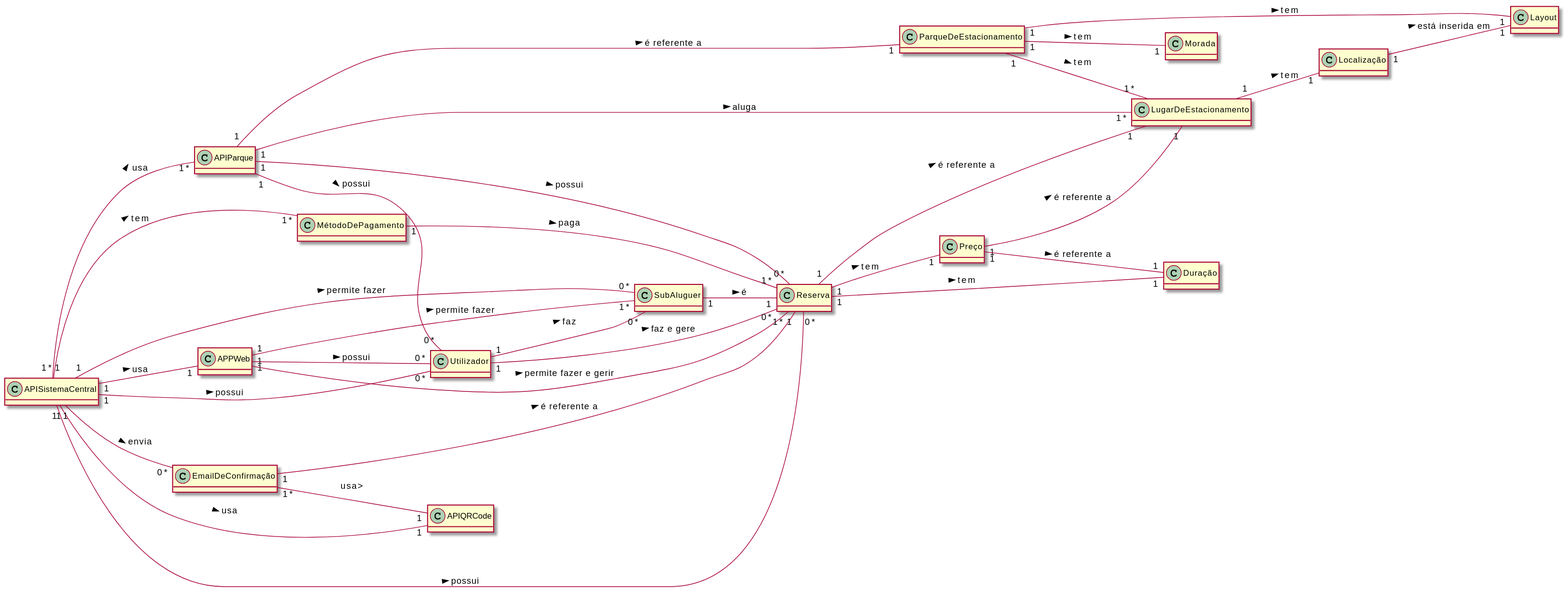
The PlantUML diagram Documentos/Sprint2/Analise OO/MD.svg in UPskillDOTNET/Jakim-das-Coives-S.A., before a commit. The source it was exported from:
```plantuml
@startuml
skinparam classAttributeIconSize 0
hide methods
left to right direction

class APISistemaCentral {}

class APIParque {}

class APISistemaCentral {}

class APPWeb {}

class Utilizador {}

class Reserva {}

class EmailDeConfirmação {}

class Preço {}

class ParqueDeEstacionamento {}

class LugarDeEstacionamento {}

class Localização {}

class SubAluguer {}

class MétodoDePagamento {}

class APIQRCode {}

class Preço {}

class Duração {}

class Morada {}

class Layout {}


APISistemaCentral "1*" -- "1*" APIParque : usa >
APISistemaCentral "1" -- "1" APPWeb : usa >
APISistemaCentral "1" -- "0*" Reserva : possui >
APISistemaCentral "1" -- "0*" Utilizador : possui >
APISistemaCentral "1" -- "1*" MétodoDePagamento : tem >
APISistemaCentral "1" -- "1" APIQRCode : usa >
APISistemaCentral "1" -- "0*" EmailDeConfirmação : envia >
APISistemaCentral "1" -- "0*" SubAluguer : permite fazer >

APIParque "1" -- "0*" Utilizador : possui >
APIParque "1" -- "1" ParqueDeEstacionamento : é referente a >
APIParque "1" -- "0*" Reserva : possui >
APIParque "1" -- "1*" LugarDeEstacionamento : aluga >

APPWeb "1" -- "0*" Utilizador : possui >
APPWeb "1" -- "1*" Reserva : permite fazer e gerir >
APPWeb "1" -- "1*" SubAluguer : permite fazer >

Utilizador "1" -- "0*" Reserva : faz e gere >
Utilizador "1" -- "0*" SubAluguer : faz >

Reserva "1" -- "1" LugarDeEstacionamento : é referente a >
Reserva "1" -- "1" Preço : tem >
Reserva "1" -- "1" Duração : tem >

EmailDeConfirmação "1" -- "1" Reserva : é referente a >

Preço "1" -- "1" LugarDeEstacionamento : é referente a >
Preço "1" -- "1" Duração : é referente a >

ParqueDeEstacionamento "1" -- "1*" LugarDeEstacionamento : tem >
ParqueDeEstacionamento "1" -- "1" Morada : tem >
ParqueDeEstacionamento "1" -- "1" Layout : tem >

LugarDeEstacionamento "1" -- "1" Localização : tem >

Localização "1" -- "1" Layout : está inserida em >

SubAluguer "1" -- "1" Reserva : é >

MétodoDePagamento "1" -- "1*" Reserva : paga >

EmailDeConfirmação "1*" -- "1" APIQRCode : usa>
@enduml
```
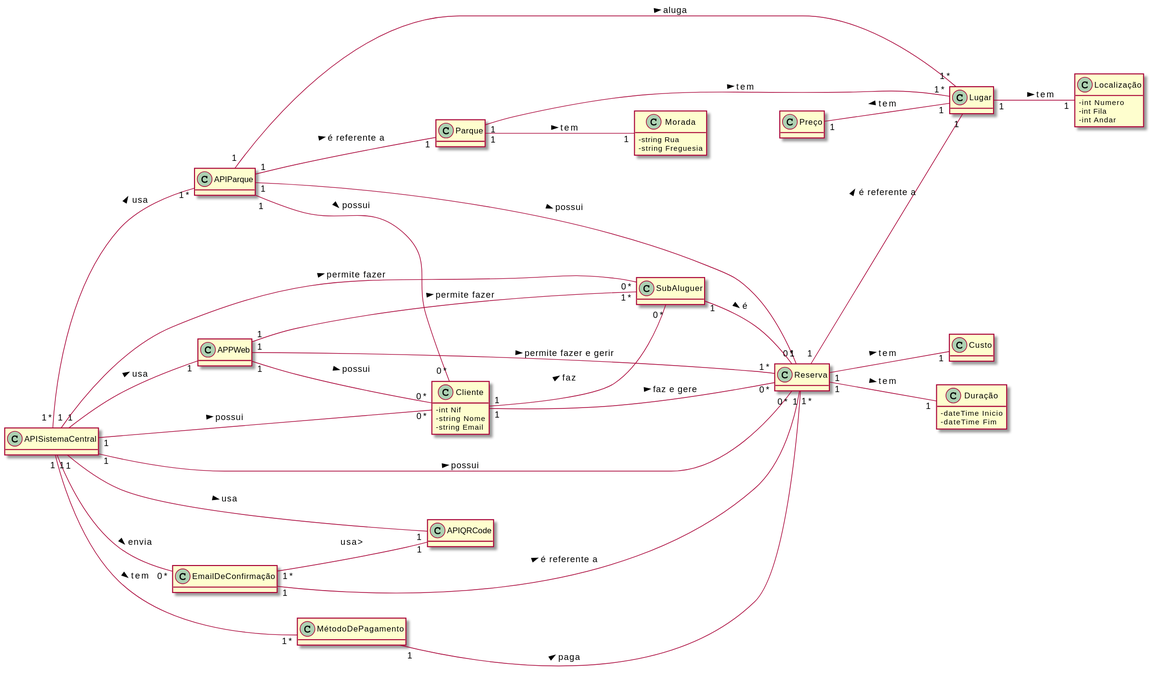
After the commit.

The edit, as a diff of the source:
```diff
@@ -11,7 +11,11 @@
 
 class APPWeb {}
 
-class Utilizador {}
+class Cliente {
+ -int Nif
+ -string Nome
+ -string Email
+}
 
 class Reserva {}
 
@@ -19,11 +23,17 @@
 
 class Preço {}
 
-class ParqueDeEstacionamento {}
+class Custo {}
 
-class LugarDeEstacionamento {}
+class Parque {}
 
-class Localização {}
+class Lugar {}
+
+class Localização {
+ -int Numero
+ -int Fila
+ -int Andar
+}
 
 class SubAluguer {}
 
@@ -31,52 +41,53 @@
 
 class APIQRCode {}
 
-class Preço {}
 
-class Duração {}
+class Duração {
+ -dateTime Inicio
+ -dateTime Fim
+}
 
-class Morada {}
+class Morada {
+ -string Rua
+ -string Freguesia
+}
 
-class Layout {}
 
 
 APISistemaCentral "1*" -- "1*" APIParque : usa >
 APISistemaCentral "1" -- "1" APPWeb : usa >
 APISistemaCentral "1" -- "0*" Reserva : possui >
-APISistemaCentral "1" -- "0*" Utilizador : possui >
+APISistemaCentral "1" -- "0*" Cliente : possui >
 APISistemaCentral "1" -- "1*" MétodoDePagamento : tem >
 APISistemaCentral "1" -- "1" APIQRCode : usa >
 APISistemaCentral "1" -- "0*" EmailDeConfirmação : envia >
 APISistemaCentral "1" -- "0*" SubAluguer : permite fazer >
 
-APIParque "1" -- "0*" Utilizador : possui >
-APIParque "1" -- "1" ParqueDeEstacionamento : é referente a >
+APIParque "1" -- "0*" Cliente : possui >
+APIParque "1" -- "1" Parque : é referente a >
 APIParque "1" -- "0*" Reserva : possui >
-APIParque "1" -- "1*" LugarDeEstacionamento : aluga >
+APIParque "1" -- "1*" Lugar : aluga >
 
-APPWeb "1" -- "0*" Utilizador : possui >
+APPWeb "1" -- "0*" Cliente : possui >
 APPWeb "1" -- "1*" Reserva : permite fazer e gerir >
 APPWeb "1" -- "1*" SubAluguer : permite fazer >
 
-Utilizador "1" -- "0*" Reserva : faz e gere >
-Utilizador "1" -- "0*" SubAluguer : faz >
+Cliente "1" -- "0*" Reserva : faz e gere >
+Cliente "1" -- "0*" SubAluguer : faz >
 
-Reserva "1" -- "1" LugarDeEstacionamento : é referente a >
-Reserva "1" -- "1" Preço : tem >
+Reserva "1" -- "1" Lugar : é referente a >
+Reserva "1" -- "1" Custo: tem >
 Reserva "1" -- "1" Duração : tem >
 
 EmailDeConfirmação "1" -- "1" Reserva : é referente a >
 
-Preço "1" -- "1" LugarDeEstacionamento : é referente a >
-Preço "1" -- "1" Duração : é referente a >
+Preço "1" -- "1" Lugar : tem <
 
-ParqueDeEstacionamento "1" -- "1*" LugarDeEstacionamento : tem >
-ParqueDeEstacionamento "1" -- "1" Morada : tem >
-ParqueDeEstacionamento "1" -- "1" Layout : tem >
+Parque "1" -- "1*" Lugar : tem >
+Parque "1" -- "1" Morada : tem >
 
-LugarDeEstacionamento "1" -- "1" Localização : tem >
+Lugar "1" -- "1" Localização : tem >
 
-Localização "1" -- "1" Layout : está inserida em >
 
 SubAluguer "1" -- "1" Reserva : é >
 
```
